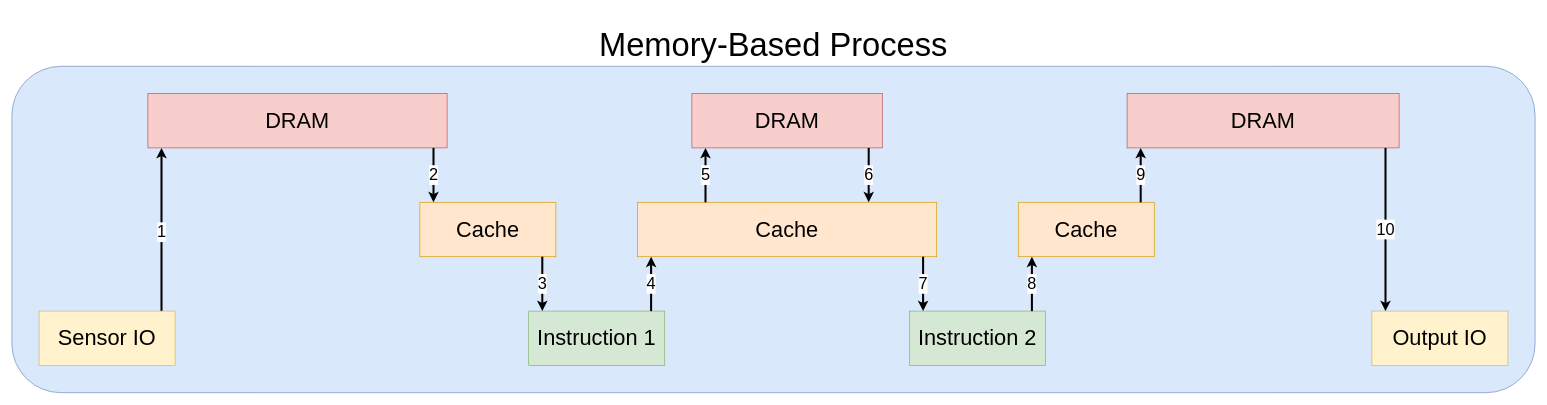
This is explodedPipeline.drawio from snider-lab-msu/figures, a draw.io file, before an edit. Source tidied: cells renumbered, new cells numbered last; positions are measured from the earlier drawing's top-left corner, leaving out a move shared by most shapes. Both pictures are drawn from the tidied source at 68%, with x=0, y=0 at pixel (12, 12).
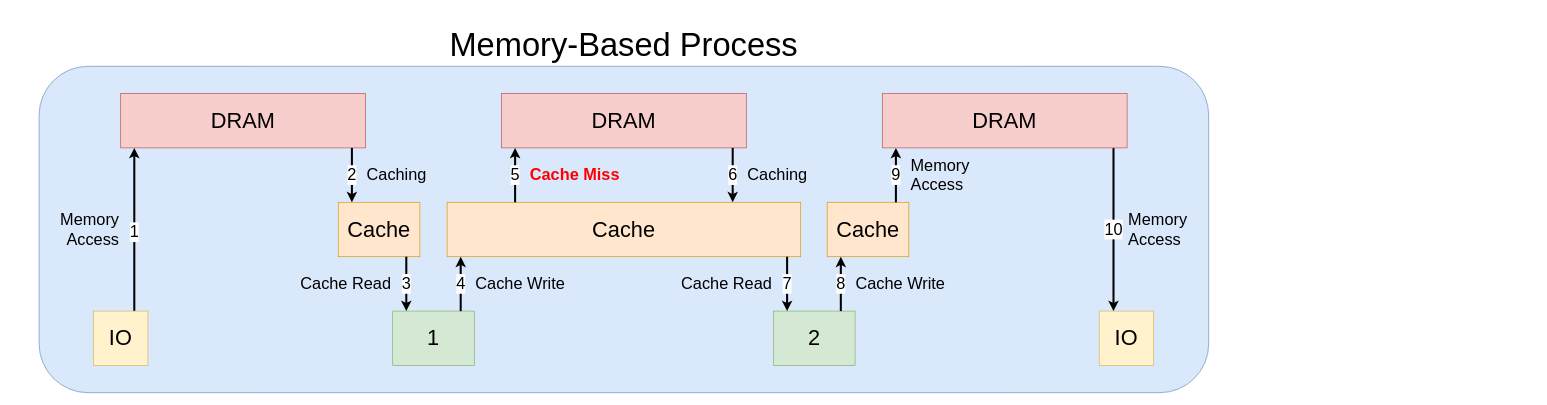
The same page after the edit.

Commit message:
rearranged lengths

The edit, as a diff of the source:
```diff
@@
-    <mxCell id="2" style="rounded=1;whiteSpace=wrap;html=1;roundedPerimeter=1;fillColor=#dae8fc;strokeColor=#6c8ebf;" parent="1" vertex="1">
-      <mxGeometry y="80" width="2240" height="480" as="geometry" />
-    </mxCell>
+    <mxCell id="24" style="rounded=1;whiteSpace=wrap;html=1;roundedPerimeter=1;fillColor=#dae8fc;strokeColor=#6c8ebf;" parent="1" vertex="1">
+      <mxGeometry x="40" y="80" width="1720" height="480" as="geometry" />
+    </mxCell>
     <mxCell id="3" value="DRAM" style="rounded=0;whiteSpace=wrap;html=1;fontSize=32;fillColor=#f8cecc;strokeColor=#b85450;" parent="1" vertex="1">
-      <mxGeometry x="200" y="120" width="440" height="80" as="geometry" />
+      <mxGeometry x="160" y="120" width="360" height="80" as="geometry" />
     </mxCell>
-    <mxCell id="4" value="1" style="edgeStyle=orthogonalEdgeStyle;rounded=0;jettySize=auto;html=1;defaultLabelBackgroundColor=page;labelPadding=0 4;strokeWidth=3;fontSize=24;" parent="1" edge="1" target="3">
+    <mxCell id="4" value="1" style="edgeStyle=orthogonalEdgeStyle;rounded=0;orthogonalLoop=1;jettySize=auto;html=1;defaultLabelBackgroundColor=page;labelPadding=0 4;strokeWidth=3;fontSize=24;" parent="1" edge="1">
       <mxGeometry x="-0.03" relative="1" as="geometry">
-        <mxPoint x="220" y="440" as="sourcePoint" />
+        <mxPoint x="180" y="440" as="sourcePoint" />
+        <mxPoint x="180" y="200" as="targetPoint" />
         <Array as="points">
-          <mxPoint x="220" y="440" />
+          <mxPoint x="180" y="440" />
         </Array>
       </mxGeometry>
     </mxCell>
-    <mxCell id="5" value="Sensor IO" style="rounded=0;whiteSpace=wrap;html=1;fontSize=32;fillColor=#fff2cc;strokeColor=#d6b656;" parent="1" vertex="1">
-      <mxGeometry x="40" y="440" width="200" height="80" as="geometry" />
+    <mxCell id="5" value="IO" style="rounded=0;whiteSpace=wrap;html=1;fontSize=32;fillColor=#fff2cc;strokeColor=#d6b656;" parent="1" vertex="1">
+      <mxGeometry x="120" y="440" width="80" height="80" as="geometry" />
     </mxCell>
     <mxCell id="6" value="Memory-Based Process" style="text;html=1;whiteSpace=wrap;strokeColor=none;fillColor=none;align=center;verticalAlign=bottom;rounded=0;fontSize=48;" parent="1" vertex="1">
-      <mxGeometry width="2240" height="80" as="geometry" />
+      <mxGeometry x="40" width="1720" height="80" as="geometry" />
     </mxCell>
     <mxCell id="7" value="Cache" style="rounded=0;whiteSpace=wrap;html=1;fontSize=32;fillColor=#ffe6cc;strokeColor=#d79b00;" parent="1" vertex="1">
-      <mxGeometry x="600" y="280" width="200" height="80" as="geometry" />
+      <mxGeometry x="480" y="280" width="120" height="80" as="geometry" />
     </mxCell>
-    <mxCell id="8" value="Instruction 1" style="rounded=0;whiteSpace=wrap;html=1;fontSize=32;fillColor=#d5e8d4;strokeColor=#82b366;" parent="1" vertex="1">
-      <mxGeometry x="760" y="440" width="200" height="80" as="geometry" />
+    <mxCell id="8" value="1" style="rounded=0;whiteSpace=wrap;html=1;fontSize=32;fillColor=#d5e8d4;strokeColor=#82b366;" parent="1" vertex="1">
+      <mxGeometry x="560" y="440" width="120" height="80" as="geometry" />
     </mxCell>
     <mxCell id="9" value="Cache" style="rounded=0;whiteSpace=wrap;html=1;fontSize=32;fillColor=#ffe6cc;strokeColor=#d79b00;" parent="1" vertex="1">
-      <mxGeometry x="920" y="280" width="440" height="80" as="geometry" />
+      <mxGeometry x="640" y="280" width="520" height="80" as="geometry" />
     </mxCell>
     <mxCell id="10" value="DRAM" style="rounded=0;whiteSpace=wrap;html=1;fontSize=32;fillColor=#f8cecc;strokeColor=#b85450;" parent="1" vertex="1">
-      <mxGeometry x="1000" y="120" width="280" height="80" as="geometry" />
+      <mxGeometry x="720" y="120" width="360" height="80" as="geometry" />
     </mxCell>
-    <mxCell id="11" value="Instruction 2" style="rounded=0;whiteSpace=wrap;html=1;fontSize=32;fillColor=#d5e8d4;strokeColor=#82b366;" parent="1" vertex="1">
-      <mxGeometry x="1320" y="440" width="200" height="80" as="geometry" />
+    <mxCell id="11" value="2" style="rounded=0;whiteSpace=wrap;html=1;fontSize=32;fillColor=#d5e8d4;strokeColor=#82b366;" parent="1" vertex="1">
+      <mxGeometry x="1120" y="440" width="120" height="80" as="geometry" />
     </mxCell>
     <mxCell id="12" value="Cache" style="rounded=0;whiteSpace=wrap;html=1;fontSize=32;fillColor=#ffe6cc;strokeColor=#d79b00;" parent="1" vertex="1">
-      <mxGeometry x="1480" y="280" width="200" height="80" as="geometry" />
+      <mxGeometry x="1199" y="280" width="120" height="80" as="geometry" />
     </mxCell>
-    <mxCell id="13" value="DRAM" style="rounded=0;whiteSpace=wrap;html=1;fontSize=32;fillColor=#f8cecc;strokeColor=#b85450;" parent="1" vertex="1">
-      <mxGeometry x="1640" y="120" width="400" height="80" as="geometry" />
-    </mxCell>
-    <mxCell id="14" value="Output IO" style="rounded=0;whiteSpace=wrap;html=1;fontSize=32;fillColor=#fff2cc;strokeColor=#d6b656;" parent="1" vertex="1">
-      <mxGeometry x="2000" y="440" width="200" height="80" as="geometry" />
+    <mxCell id="14" value="IO" style="rounded=0;whiteSpace=wrap;html=1;fontSize=32;fillColor=#fff2cc;strokeColor=#d6b656;" parent="1" vertex="1">
+      <mxGeometry x="1599" y="440" width="80" height="80" as="geometry" />
     </mxCell>
     <mxCell id="15" value="2" style="endArrow=classic;html=1;rounded=0;defaultLabelBackgroundColor=page;labelPadding=0 4;strokeWidth=3;fontSize=24;" parent="1" edge="1">
       <mxGeometry relative="1" as="geometry">
-        <mxPoint x="620" y="200" as="sourcePoint" />
-        <mxPoint x="620" y="280" as="targetPoint" />
+        <mxPoint x="500" y="200" as="sourcePoint" />
+        <mxPoint x="500" y="280" as="targetPoint" />
       </mxGeometry>
     </mxCell>
     <mxCell id="16" value="3" style="endArrow=classic;html=1;rounded=0;defaultLabelBackgroundColor=page;labelPadding=0 4;strokeWidth=3;fontSize=24;" parent="1" edge="1">
       <mxGeometry relative="1" as="geometry">
-        <mxPoint x="780" y="360" as="sourcePoint" />
-        <mxPoint x="780" y="440" as="targetPoint" />
+        <mxPoint x="580" y="360" as="sourcePoint" />
+        <mxPoint x="580" y="440" as="targetPoint" />
       </mxGeometry>
     </mxCell>
     <mxCell id="17" value="4" style="endArrow=classic;html=1;rounded=0;defaultLabelBackgroundColor=page;labelPadding=0 4;strokeWidth=3;fontSize=24;" parent="1" edge="1">
       <mxGeometry relative="1" as="geometry">
-        <mxPoint x="940" y="440" as="sourcePoint" />
-        <mxPoint x="940" y="360" as="targetPoint" />
+        <mxPoint x="660" y="440" as="sourcePoint" />
+        <mxPoint x="660" y="360" as="targetPoint" />
       </mxGeometry>
     </mxCell>
     <mxCell id="18" value="5" style="endArrow=classic;html=1;rounded=0;defaultLabelBackgroundColor=page;labelPadding=0 4;strokeWidth=3;fontSize=24;" parent="1" edge="1">
       <mxGeometry relative="1" as="geometry">
-        <mxPoint x="1020" y="280" as="sourcePoint" />
-        <mxPoint x="1020" y="200" as="targetPoint" />
+        <mxPoint x="740" y="280" as="sourcePoint" />
+        <mxPoint x="740" y="200" as="targetPoint" />
       </mxGeometry>
     </mxCell>
     <mxCell id="19" value="6" style="endArrow=classic;html=1;rounded=0;defaultLabelBackgroundColor=page;labelPadding=0 4;strokeWidth=3;fontSize=24;" parent="1" edge="1">
       <mxGeometry relative="1" as="geometry">
-        <mxPoint x="1260" y="200" as="sourcePoint" />
-        <mxPoint x="1260" y="280" as="targetPoint" />
+        <mxPoint x="1060" y="200" as="sourcePoint" />
+        <mxPoint x="1060" y="280" as="targetPoint" />
       </mxGeometry>
     </mxCell>
     <mxCell id="20" value="7" style="endArrow=classic;html=1;rounded=0;defaultLabelBackgroundColor=page;labelPadding=0 4;strokeWidth=3;fontSize=24;" parent="1" edge="1">
       <mxGeometry relative="1" as="geometry">
-        <mxPoint x="1340" y="360" as="sourcePoint" />
-        <mxPoint x="1340" y="440" as="targetPoint" />
+        <mxPoint x="1140" y="360" as="sourcePoint" />
+        <mxPoint x="1140" y="440" as="targetPoint" />
       </mxGeometry>
     </mxCell>
     <mxCell id="21" value="8" style="endArrow=classic;html=1;rounded=0;defaultLabelBackgroundColor=page;labelPadding=0 4;strokeWidth=3;fontSize=24;" parent="1" edge="1">
       <mxGeometry relative="1" as="geometry">
-        <mxPoint x="1500" y="440" as="sourcePoint" />
-        <mxPoint x="1500" y="360" as="targetPoint" />
+        <mxPoint x="1219" y="440" as="sourcePoint" />
+        <mxPoint x="1219" y="360" as="targetPoint" />
       </mxGeometry>
     </mxCell>
     <mxCell id="22" value="9" style="endArrow=classic;html=1;rounded=0;defaultLabelBackgroundColor=page;labelPadding=0 4;strokeWidth=3;fontSize=24;" parent="1" edge="1">
       <mxGeometry relative="1" as="geometry">
-        <mxPoint x="1660" y="280" as="sourcePoint" />
-        <mxPoint x="1660" y="200" as="targetPoint" />
+        <mxPoint x="1300" y="280" as="sourcePoint" />
+        <mxPoint x="1300" y="200" as="targetPoint" />
       </mxGeometry>
     </mxCell>
     <mxCell id="23" value="10" style="endArrow=classic;html=1;rounded=0;defaultLabelBackgroundColor=page;labelPadding=0 4;strokeWidth=3;fontSize=24;" parent="1" edge="1">
       <mxGeometry relative="1" as="geometry">
-        <mxPoint x="2020" y="200" as="sourcePoint" />
-        <mxPoint x="2020" y="440" as="targetPoint" />
+        <mxPoint x="1620" y="200" as="sourcePoint" />
+        <mxPoint x="1620" y="440" as="targetPoint" />
       </mxGeometry>
     </mxCell>
+    <mxCell id="25" value="Memory Access" style="text;html=1;whiteSpace=wrap;strokeColor=none;fillColor=none;align=right;verticalAlign=middle;rounded=0;fontSize=24;" parent="1" vertex="1">
+      <mxGeometry x="80" y="280" width="80" height="80" as="geometry" />
+    </mxCell>
+    <mxCell id="26" value="Caching" style="text;html=1;whiteSpace=wrap;strokeColor=none;fillColor=none;align=left;verticalAlign=middle;rounded=0;fontSize=24;" parent="1" vertex="1">
+      <mxGeometry x="520" y="220" width="280" height="40" as="geometry" />
+    </mxCell>
+    <mxCell id="27" value="Cache Read" style="text;html=1;whiteSpace=wrap;strokeColor=none;fillColor=none;align=right;verticalAlign=middle;rounded=0;fontSize=24;" parent="1" vertex="1">
+      <mxGeometry x="280" y="380" width="280" height="40" as="geometry" />
+    </mxCell>
+    <mxCell id="28" value="Cache Write" style="text;html=1;whiteSpace=wrap;strokeColor=none;fillColor=none;align=left;verticalAlign=middle;rounded=0;fontSize=24;" parent="1" vertex="1">
+      <mxGeometry x="680" y="380" width="280" height="40" as="geometry" />
+    </mxCell>
+    <mxCell id="29" value="Cache Miss" style="text;html=1;whiteSpace=wrap;strokeColor=none;fillColor=none;align=left;verticalAlign=middle;rounded=0;fontSize=24;fontColor=#FF0000;fontStyle=1;" parent="1" vertex="1">
+      <mxGeometry x="760" y="220" width="280" height="40" as="geometry" />
+    </mxCell>
+    <mxCell id="30" value="Caching" style="text;html=1;whiteSpace=wrap;strokeColor=none;fillColor=none;align=left;verticalAlign=middle;rounded=0;fontSize=24;" parent="1" vertex="1">
+      <mxGeometry x="1080" y="220" width="280" height="40" as="geometry" />
+    </mxCell>
+    <mxCell id="31" value="Cache Read" style="text;html=1;whiteSpace=wrap;strokeColor=none;fillColor=none;align=right;verticalAlign=middle;rounded=0;fontSize=24;" parent="1" vertex="1">
+      <mxGeometry x="840" y="380" width="280" height="40" as="geometry" />
+    </mxCell>
+    <mxCell id="32" value="Cache Write" style="text;html=1;whiteSpace=wrap;strokeColor=none;fillColor=none;align=left;verticalAlign=middle;rounded=0;fontSize=24;" parent="1" vertex="1">
+      <mxGeometry x="1239" y="380" width="280" height="40" as="geometry" />
+    </mxCell>
+    <mxCell id="13" value="DRAM" style="rounded=0;whiteSpace=wrap;html=1;fontSize=32;fillColor=#f8cecc;strokeColor=#b85450;" parent="1" vertex="1">
+      <mxGeometry x="1280" y="120" width="360" height="80" as="geometry" />
+    </mxCell>
+    <mxCell id="33" value="Memory Access" style="text;html=1;whiteSpace=wrap;strokeColor=none;fillColor=none;align=left;verticalAlign=middle;rounded=0;fontSize=24;" parent="1" vertex="1">
+      <mxGeometry x="1320" y="200" width="80" height="80" as="geometry" />
+    </mxCell>
+    <mxCell id="34" value="Memory Access" style="text;html=1;whiteSpace=wrap;strokeColor=none;fillColor=none;align=left;verticalAlign=middle;rounded=0;fontSize=24;" parent="1" vertex="1">
+      <mxGeometry x="1640" y="280" width="80" height="80" as="geometry" />
+    </mxCell>
```
